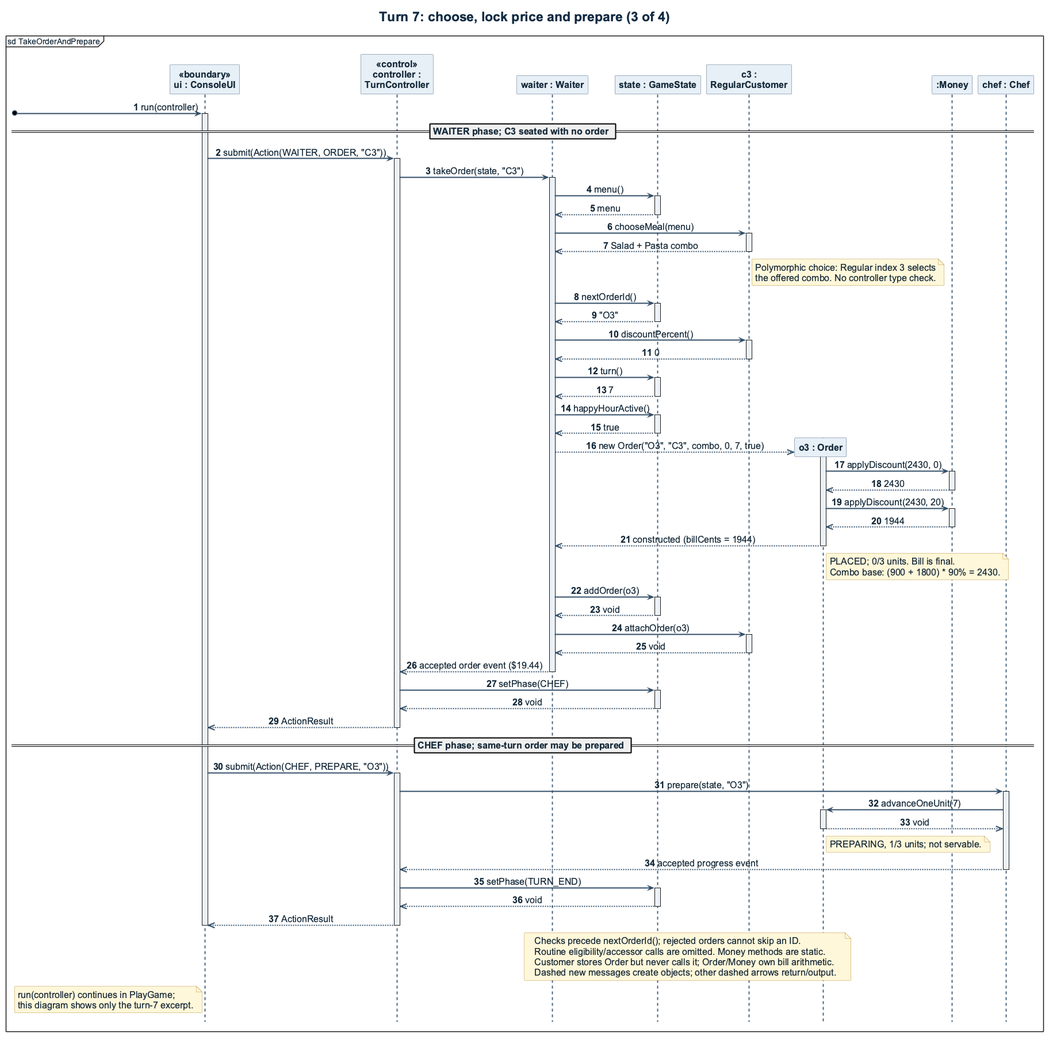
This is docs/diagrams/exports/sequence-3-order.png from respoopu/SC2002-lab-assignment-final, a PlantUML export, as it was before one commit. Its source is kept beside it as docs/diagrams/sequence-3-order.puml.
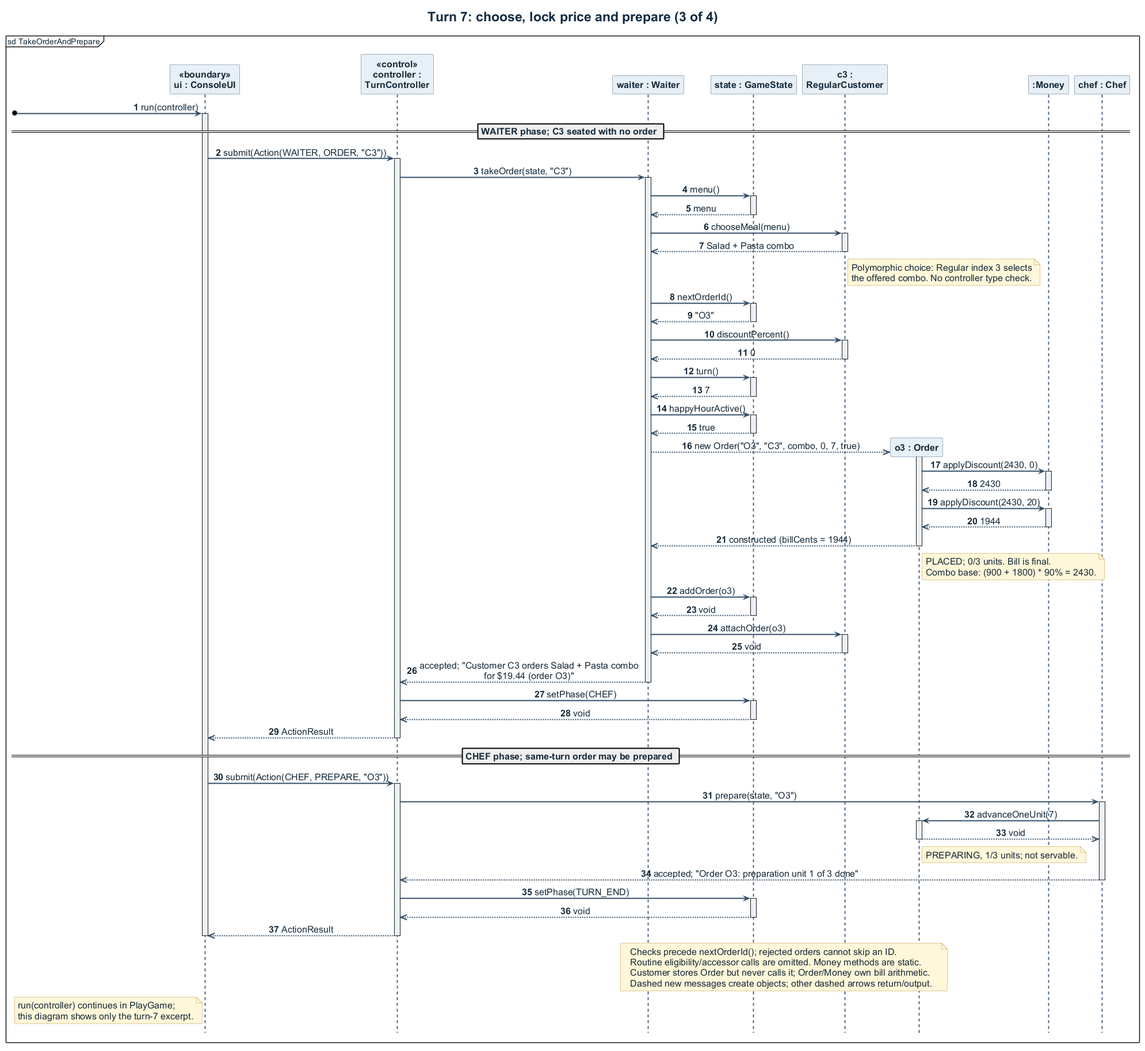
Above is the later version.

Change to the diagram source:
```diff
@@ -41,7 +41,7 @@
 S -->> W -- : void
 W -> C3 ++ : attachOrder(o3)
 C3 -->> W -- : void
-W -->> TC -- : accepted order event ($19.44)
+W -->> TC -- : accepted; "Customer C3 orders Salad + Pasta combo\nfor $19.44 (order O3)"
 TC -> S ++ : setPhase(CHEF)
 S -->> TC -- : void
 TC -->> UI -- : ActionResult
@@ -51,7 +51,7 @@
 Chef -> O3 ++ : advanceOneUnit(7)
 O3 -->> Chef -- : void
 note right of O3 : PREPARING, 1/3 units; not servable.
-Chef -->> TC -- : accepted progress event
+Chef -->> TC -- : accepted; "Order O3: preparation unit 1 of 3 done"
 TC -> S ++ : setPhase(TURN_END)
 S -->> TC -- : void
 TC -->> UI -- : ActionResult
```
